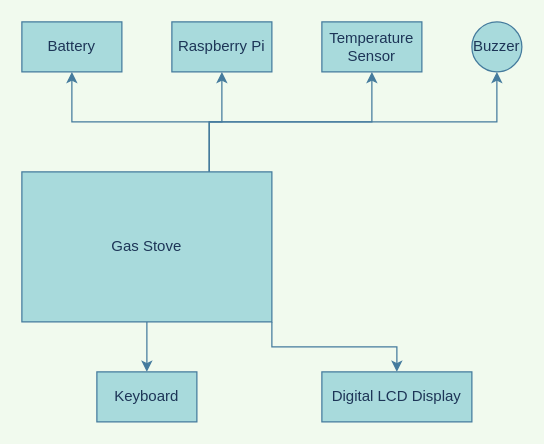
SayoniSaha/Drawio keeps this draw.io diagram as IOT.drawio. Above is the earlier version. Source tidied: cells renumbered, new cells numbered last; positions are measured from the earlier drawing's top-left corner, leaving out a move shared by most shapes. Both pictures are drawn from the tidied source at 125%, with x=0, y=0 at pixel (21, 21).
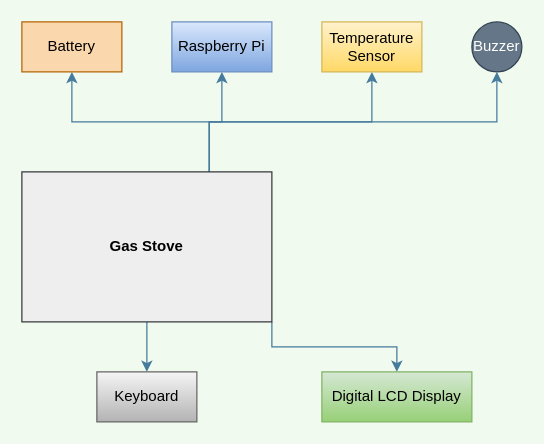
The same diagram, later.

Change to the diagram source:
```diff
@@
 <mxGraphModel background="#F1FAEE">
   <root>
     <mxCell id="0" />
     <mxCell id="1" parent="0" />
     <mxCell id="2" style="edgeStyle=orthogonalEdgeStyle;rounded=0;jettySize=auto;html=1;exitX=0.75;exitY=0;exitDx=0;exitDy=0;entryX=0.5;entryY=1;entryDx=0;entryDy=0;strokeColor=#457B9D;fontColor=#1D3557;labelBackgroundColor=#F1FAEE;" parent="1" edge="1" source="8" target="14">
       <mxGeometry relative="1" as="geometry" />
     </mxCell>
     <mxCell id="3" style="edgeStyle=orthogonalEdgeStyle;rounded=0;jettySize=auto;html=1;exitX=0.75;exitY=0;exitDx=0;exitDy=0;entryX=0.5;entryY=1;entryDx=0;entryDy=0;strokeColor=#457B9D;fontColor=#1D3557;labelBackgroundColor=#F1FAEE;" parent="1" edge="1" source="8" target="9">
       <mxGeometry relative="1" as="geometry" />
     </mxCell>
     <mxCell id="4" style="edgeStyle=orthogonalEdgeStyle;rounded=0;jettySize=auto;html=1;exitX=0.75;exitY=0;exitDx=0;exitDy=0;entryX=0.5;entryY=1;entryDx=0;entryDy=0;strokeColor=#457B9D;fontColor=#1D3557;labelBackgroundColor=#F1FAEE;" parent="1" edge="1" source="8" target="10">
       <mxGeometry relative="1" as="geometry" />
     </mxCell>
     <mxCell id="5" style="edgeStyle=orthogonalEdgeStyle;rounded=0;jettySize=auto;html=1;exitX=0.75;exitY=0;exitDx=0;exitDy=0;entryX=0.5;entryY=1;entryDx=0;entryDy=0;strokeColor=#457B9D;fontColor=#1D3557;labelBackgroundColor=#F1FAEE;" parent="1" edge="1" source="8" target="11">
       <mxGeometry relative="1" as="geometry" />
     </mxCell>
     <mxCell id="6" style="edgeStyle=orthogonalEdgeStyle;rounded=0;jettySize=auto;html=1;exitX=1;exitY=1;exitDx=0;exitDy=0;entryX=0.5;entryY=0;entryDx=0;entryDy=0;strokeColor=#457B9D;fontColor=#1D3557;labelBackgroundColor=#F1FAEE;" parent="1" edge="1" source="8" target="12">
       <mxGeometry relative="1" as="geometry" />
     </mxCell>
     <mxCell id="7" style="edgeStyle=orthogonalEdgeStyle;rounded=0;jettySize=auto;html=1;exitX=0.5;exitY=1;exitDx=0;exitDy=0;entryX=0.5;entryY=0;entryDx=0;entryDy=0;strokeColor=#457B9D;fontColor=#1D3557;labelBackgroundColor=#F1FAEE;" parent="1" edge="1" source="8" target="13">
       <mxGeometry relative="1" as="geometry" />
     </mxCell>
-    <mxCell id="8" value="Gas Stove" style="rounded=0;whiteSpace=wrap;html=1;fillColor=#A8DADC;strokeColor=#457B9D;fontColor=#1D3557;" parent="1" vertex="1">
+    <mxCell id="8" value="Gas Stove" style="rounded=0;whiteSpace=wrap;html=1;fillColor=#eeeeee;strokeColor=#36393d;fontStyle=1;" parent="1" vertex="1">
       <mxGeometry y="120" width="200" height="120" as="geometry" />
     </mxCell>
-    <mxCell id="9" value="Raspberry Pi" style="rounded=0;whiteSpace=wrap;html=1;fillColor=#A8DADC;strokeColor=#457B9D;fontColor=#1D3557;" parent="1" vertex="1">
+    <mxCell id="9" value="Raspberry Pi" style="rounded=0;whiteSpace=wrap;html=1;fillColor=#dae8fc;strokeColor=#6c8ebf;gradientColor=#7ea6e0;" parent="1" vertex="1">
       <mxGeometry x="120" width="80" height="40" as="geometry" />
     </mxCell>
-    <mxCell id="10" value="Temperature Sensor" style="rounded=0;whiteSpace=wrap;html=1;fillColor=#A8DADC;strokeColor=#457B9D;fontColor=#1D3557;" parent="1" vertex="1">
+    <mxCell id="10" value="Temperature Sensor" style="rounded=0;whiteSpace=wrap;html=1;fillColor=#fff2cc;strokeColor=#d6b656;gradientColor=#ffd966;" parent="1" vertex="1">
       <mxGeometry x="240" width="80" height="40" as="geometry" />
     </mxCell>
-    <mxCell id="11" value="Buzzer" style="ellipse;whiteSpace=wrap;html=1;fillColor=#A8DADC;strokeColor=#457B9D;fontColor=#1D3557;" parent="1" vertex="1">
+    <mxCell id="11" value="Buzzer" style="ellipse;whiteSpace=wrap;html=1;fillColor=#647687;strokeColor=#314354;fontColor=#ffffff;" parent="1" vertex="1">
       <mxGeometry x="360" width="40" height="40" as="geometry" />
     </mxCell>
-    <mxCell id="12" value="Digital LCD Display" style="rounded=0;whiteSpace=wrap;html=1;fillColor=#A8DADC;strokeColor=#457B9D;fontColor=#1D3557;" parent="1" vertex="1">
+    <mxCell id="12" value="Digital LCD Display" style="rounded=0;whiteSpace=wrap;html=1;fillColor=#d5e8d4;strokeColor=#82b366;gradientColor=#97d077;" parent="1" vertex="1">
       <mxGeometry x="240" y="280" width="120" height="40" as="geometry" />
     </mxCell>
-    <mxCell id="13" value="Keyboard" style="rounded=0;whiteSpace=wrap;html=1;fillColor=#A8DADC;strokeColor=#457B9D;fontColor=#1D3557;" parent="1" vertex="1">
+    <mxCell id="13" value="Keyboard" style="rounded=0;whiteSpace=wrap;html=1;fillColor=#f5f5f5;strokeColor=#666666;gradientColor=#b3b3b3;" parent="1" vertex="1">
       <mxGeometry x="60" y="280" width="80" height="40" as="geometry" />
     </mxCell>
-    <mxCell id="14" value="Battery" style="rounded=0;whiteSpace=wrap;html=1;fillColor=#A8DADC;strokeColor=#457B9D;fontColor=#1D3557;" parent="1" vertex="1">
+    <mxCell id="14" value="Battery" style="rounded=0;whiteSpace=wrap;html=1;fillColor=#fad7ac;strokeColor=#b46504;" parent="1" vertex="1">
       <mxGeometry width="80" height="40" as="geometry" />
     </mxCell>
   </root>
 </mxGraphModel>
```
